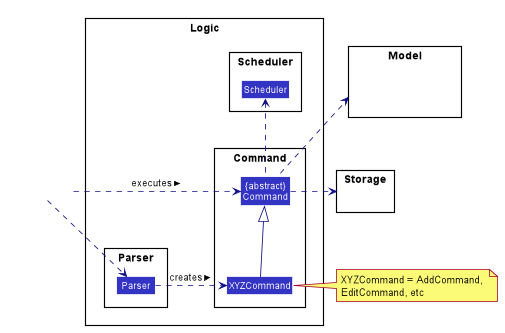
The PlantUML diagram docs/DG_Images/LogicClassDiagram.png in nus-cs2113-AY2021S1/tp, before a commit.
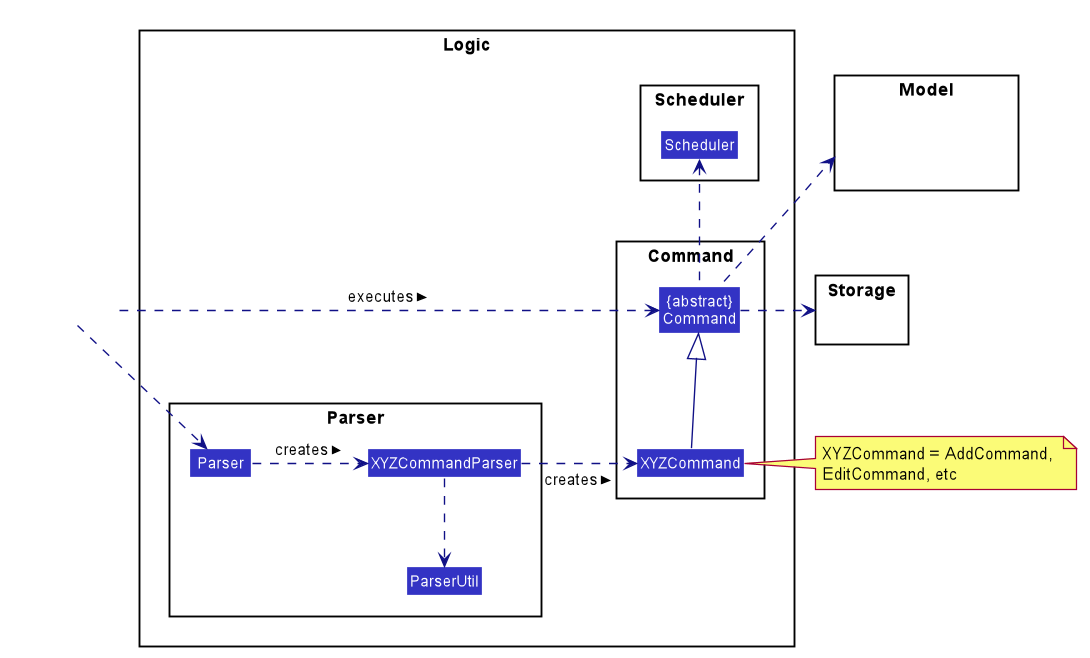
Above is the later version.

The edit, as a diff of the source:
```diff
@@ -43,6 +43,8 @@
 skinparam Shadowing false
 skinparam DefaultTextAlignment center
 skinparam packageStyle Rectangle
+skinparam classAttributeIconSize 0
+skinparam classAttributeFontColor white
 
 hide footbox
 hide members
@@ -55,6 +57,8 @@
 
 package Parser {
 Class Parser
+Class XYZCommandParser
+Class ParserUtil
 }
 
 package Command {
@@ -78,7 +82,11 @@
 Class HiddenOutside #FFFFFF
 HiddenOutside .right.> Parser
 
-Parser .right.> XYZCommand : creates >
+Parser .right.> XYZCommandParser : creates >
+
+XYZCommandParser .down.> ParserUtil
+
+XYZCommandParser .right.> XYZCommand : creates >
 
 HiddenOutside .right.> Command : executes >
 
```
